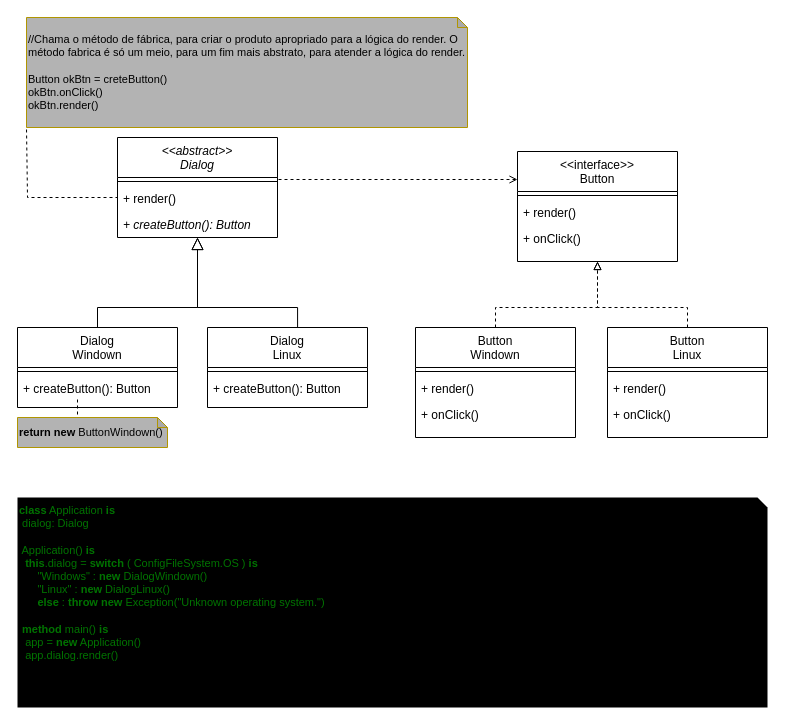
Earlier version of the draw.io diagram page "Factory Method" (1 of 2) of Design Patterns.drawio (bcmes/diagrams). Source tidied: cells renumbered, new cells numbered last; positions are measured from the earlier drawing's top-left corner, leaving out a move shared by most shapes. Both pictures are drawn from the tidied source at 100%, with x=0, y=0 at pixel (17, 17).
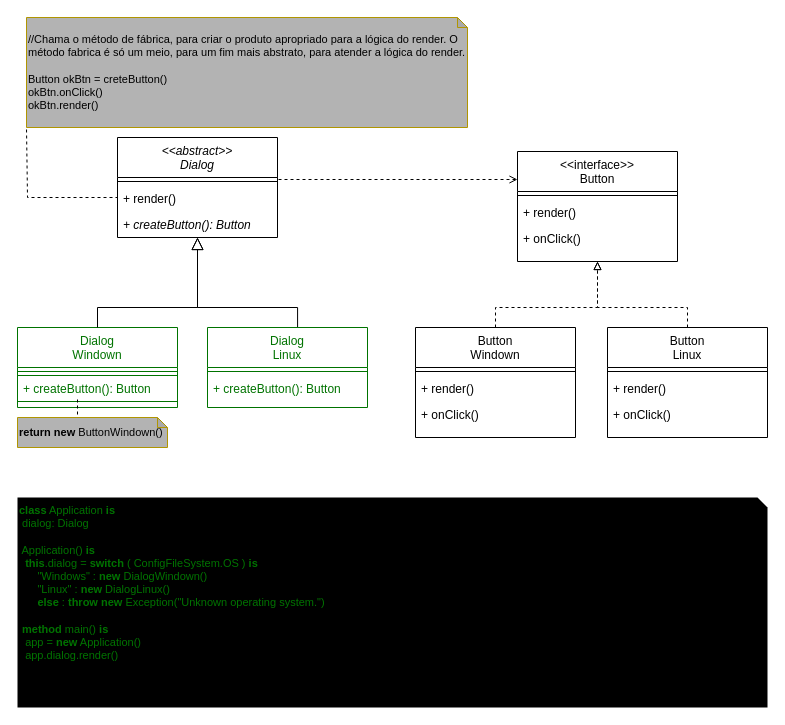
The same page after the edit.

Diff of the diagram source:
```diff
@@
-    <mxCell id="6" value="Dialog&#10;Windown" style="swimlane;fontStyle=0;align=center;verticalAlign=top;horizontal=1;startSize=40;rounded=0;shadow=0;strokeWidth=1;" parent="1" vertex="1">
+    <mxCell id="6" value="Dialog&#10;Windown" style="swimlane;fontStyle=0;align=center;verticalAlign=top;horizontal=1;startSize=40;rounded=0;shadow=0;strokeWidth=1;strokeColor=#007300;fontColor=#007300;" parent="1" vertex="1">
       <mxGeometry y="310" width="160" height="80" as="geometry" />
     </mxCell>
-    <mxCell id="7" style="line;html=1;strokeWidth=1;align=left;verticalAlign=middle;spacingTop=-1;spacingLeft=3;spacingRight=3;labelPosition=right;" parent="6" vertex="1">
+    <mxCell id="7" style="line;html=1;strokeWidth=1;align=left;verticalAlign=middle;spacingTop=-1;spacingLeft=3;spacingRight=3;labelPosition=right;strokeColor=#007300;" parent="6" vertex="1">
       <mxGeometry y="40" width="160" height="8" as="geometry" />
     </mxCell>
-    <mxCell id="8" value="+ createButton(): Button" style="text;align=left;verticalAlign=top;spacingLeft=4;spacingRight=4;overflow=hidden;points=[[0,0.5],[1,0.5]];portConstraint=eastwest;" parent="6" vertex="1">
+    <mxCell id="8" value="+ createButton(): Button" style="text;align=left;verticalAlign=top;spacingLeft=4;spacingRight=4;overflow=hidden;points=[[0,0.5],[1,0.5]];portConstraint=eastwest;strokeColor=#007300;fontColor=#007300;" parent="6" vertex="1">
       <mxGeometry y="48" width="160" height="26" as="geometry" />
     </mxCell>
@@
-    <mxCell id="26" value="Dialog&#10;Linux" style="swimlane;fontStyle=0;align=center;verticalAlign=top;horizontal=1;startSize=40;rounded=0;shadow=0;strokeWidth=1;" parent="1" vertex="1">
+    <mxCell id="26" value="Dialog&#10;Linux" style="swimlane;fontStyle=0;align=center;verticalAlign=top;horizontal=1;startSize=40;rounded=0;shadow=0;strokeWidth=1;strokeColor=#007300;fontColor=#007300;" parent="1" vertex="1">
       <mxGeometry x="190" y="310" width="160" height="80" as="geometry" />
     </mxCell>
-    <mxCell id="27" style="line;html=1;strokeWidth=1;align=left;verticalAlign=middle;spacingTop=-1;spacingLeft=3;spacingRight=3;labelPosition=right;" parent="26" vertex="1">
+    <mxCell id="27" style="line;html=1;strokeWidth=1;align=left;verticalAlign=middle;spacingTop=-1;spacingLeft=3;spacingRight=3;labelPosition=right;strokeColor=#007300;" parent="26" vertex="1">
       <mxGeometry y="40" width="160" height="8" as="geometry" />
     </mxCell>
-    <mxCell id="28" value="+ createButton(): Button" style="text;align=left;verticalAlign=top;spacingLeft=4;spacingRight=4;overflow=hidden;" parent="26" vertex="1">
+    <mxCell id="28" value="+ createButton(): Button" style="text;align=left;verticalAlign=top;spacingLeft=4;spacingRight=4;overflow=hidden;fontColor=#007300;" parent="26" vertex="1">
       <mxGeometry y="48" width="160" height="26" as="geometry" />
     </mxCell>
```
